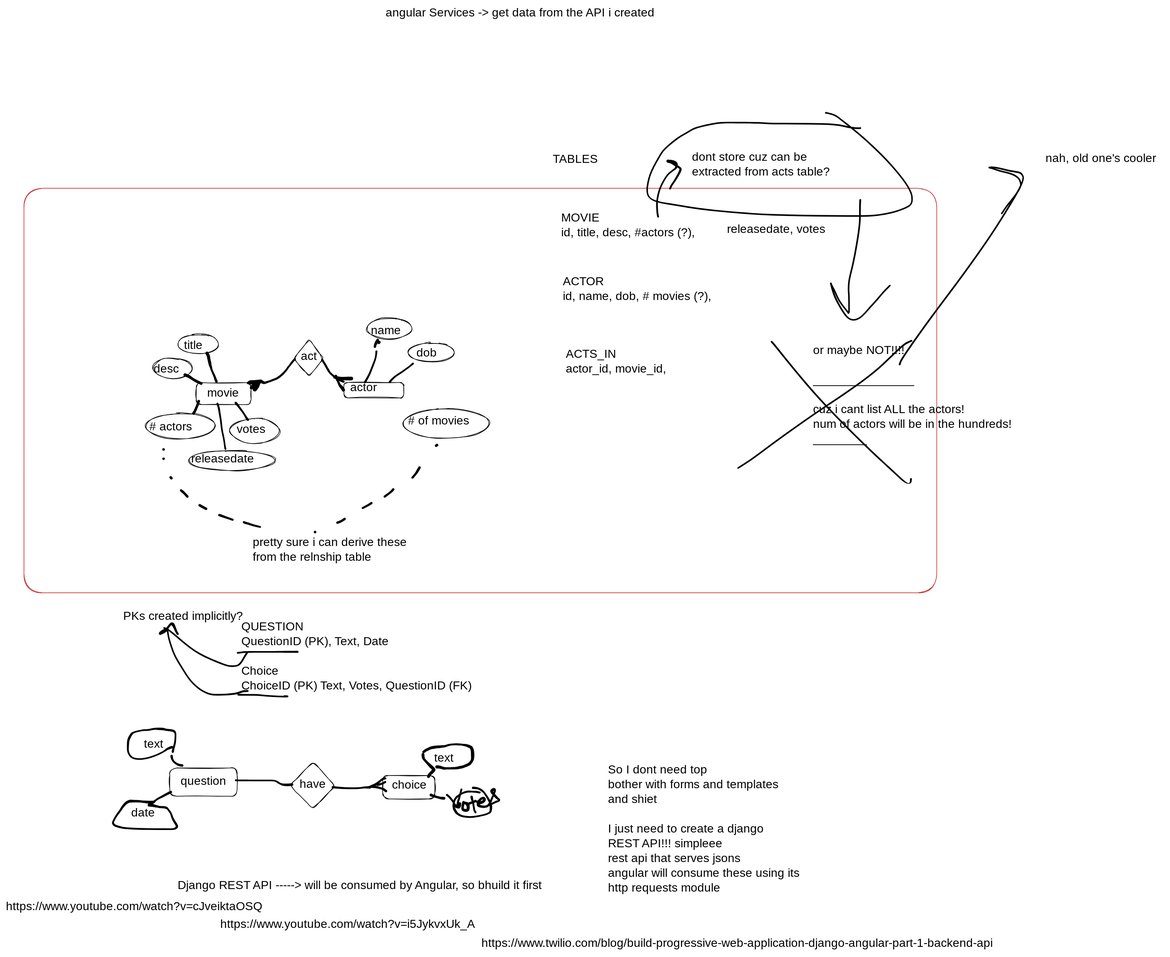
Before: notes.excalidraw.svg, a diagram exported from Excalidraw (devDogra/movies-website). Source tidied: one line per element, renumbered; positions are measured from the earlier drawing's top-left corner, leaving out a move shared by most shapes.
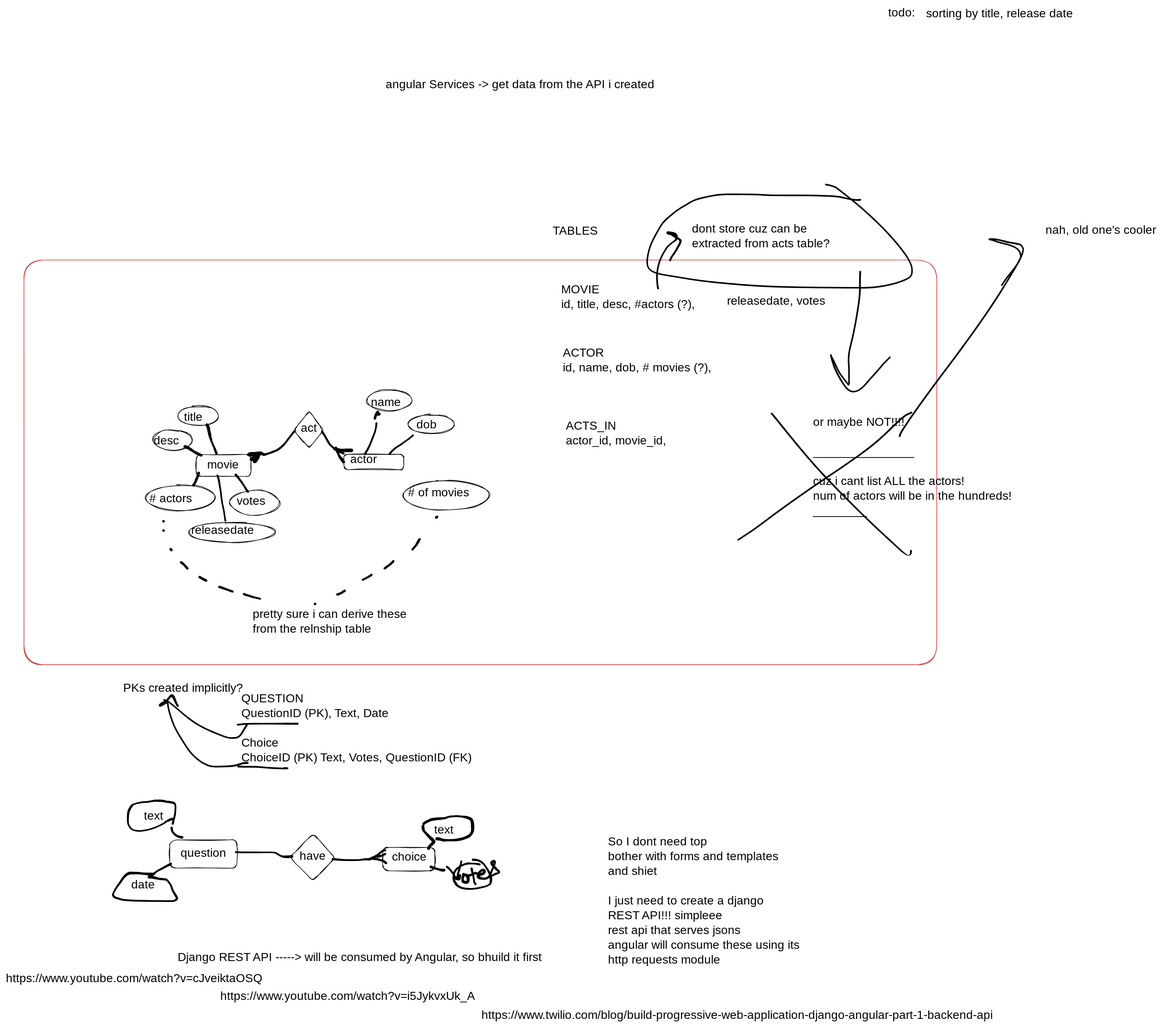
After the commit.

Commit message:
Implement sorting

What changed in the source:
```diff
@@ -100,3 +100,5 @@
 {"id": 99, "type": "freedraw", "strokeColor": "#000000", "strokeWidth": 1, "roughness": 1, "x": 1513, "y": 607, "width": 218, "height": 334, "points": [[0, 0], [4, -13], [38, -59], [84, -123], [141, -196], [191, -269], [218, -319], [218, -324], [213, -326], [204, -326], [203, -326], [198, -326], [188, -328], [176, -329], [161, -334], [154, -334], [151, -334], [149, -333], [161, -331], [178, -324], [191, -323], [199, -319], [204, -314], [206, -309], [206, -304], [206, -299], [199, -289], [188, -274], [173, -258], [171, -253], [171, -253]]}
 {"id": 100, "type": "text", "text": "nah, old one's cooler", "strokeColor": "#000000", "strokeWidth": 1, "roughness": 1, "fontSize": 20, "fontFamily": 1, "x": 1760, "y": 246, "width": 201, "height": 25}
 {"id": 101, "type": "text", "text": "angular Services -> get data from the API i created ", "strokeColor": "#000000", "strokeWidth": 1, "roughness": 1, "fontSize": 20, "fontFamily": 1, "x": 643, "y": 0, "width": 543, "height": 25}
+{"id": 102, "type": "text", "text": "todo:", "strokeColor": "#000000", "strokeWidth": 1, "roughness": 1, "fontSize": 20, "fontFamily": 1, "x": 1494, "y": -121, "width": 51, "height": 25}
+{"id": 103, "type": "text", "text": "sorting by title, release date", "strokeColor": "#000000", "strokeWidth": 1, "roughness": 1, "fontSize": 20, "fontFamily": 1, "x": 1558, "y": -120, "width": 292, "height": 25}
```
